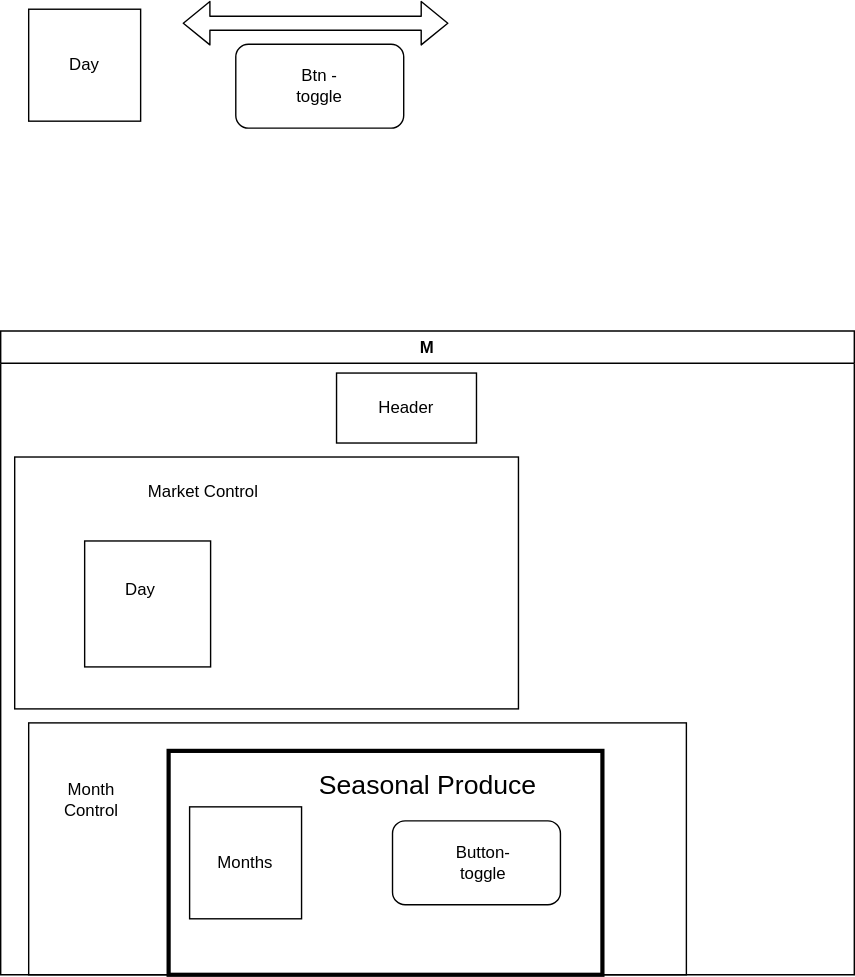
kimmykokonut/famers-market-site keeps this draw.io diagram as diagram.drawio.svg. Above is the earlier version. Source tidied: cells renumbered, new cells last; positions are measured from the earlier drawing's top-left corner, leaving out a move shared by most shapes.
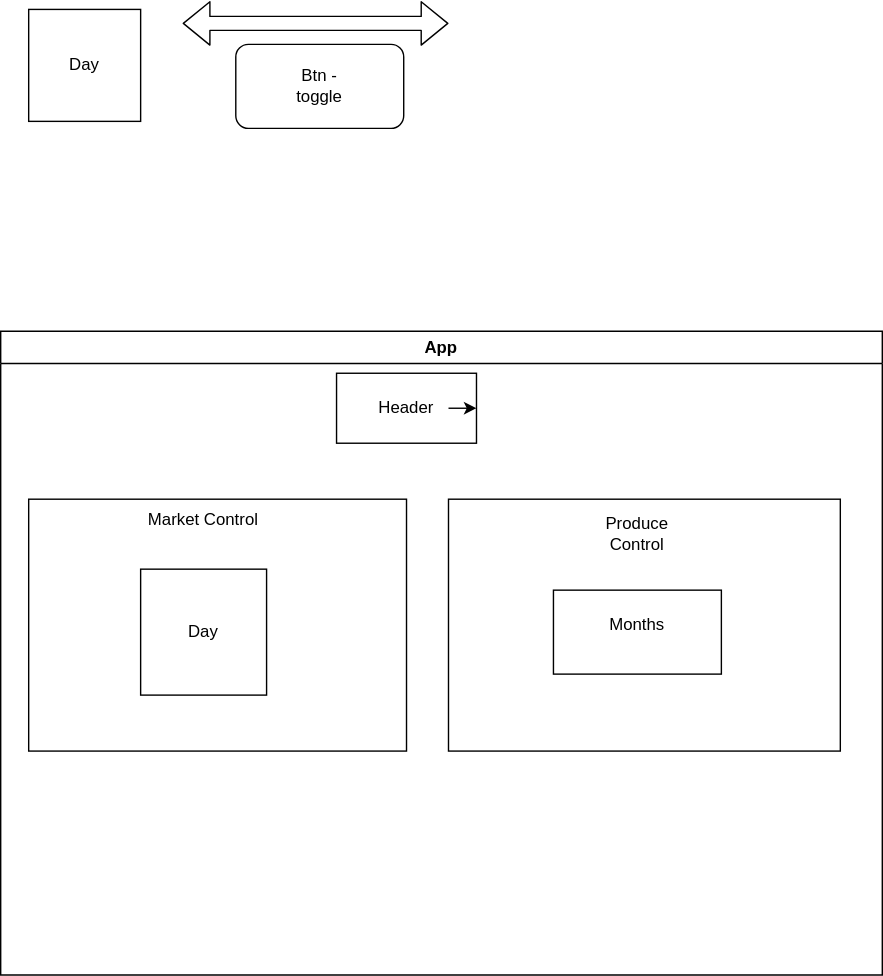
The same diagram one commit later.

Commit message:
shows produce available by a specific month

Change to the diagram source:
```diff
@@ -2,60 +2,48 @@
   <root>
     <mxCell id="0" />
     <mxCell id="1" parent="0" />
+    <mxCell id="4" value="App" style="swimlane;whiteSpace=wrap;html=1;startSize=23;" parent="1" vertex="1">
+      <mxGeometry y="230" width="630" height="460" as="geometry" />
+    </mxCell>
+    <mxCell id="7" style="rounded=0;whiteSpace=wrap;html=1;fillColor=none;" parent="4" vertex="1">
+      <mxGeometry x="240" y="30" width="100" height="50" as="geometry" />
+    </mxCell>
+    <mxCell id="27" style="edgeStyle=none;html=1;" parent="4" edge="1" source="8" target="7">
+      <mxGeometry relative="1" as="geometry" />
+    </mxCell>
+    <mxCell id="8" value="Header" style="text;html=1;strokeColor=none;fillColor=none;align=center;verticalAlign=middle;whiteSpace=wrap;rounded=0;" parent="4" vertex="1">
+      <mxGeometry x="260" y="40" width="60" height="30" as="geometry" />
+    </mxCell>
+    <mxCell id="28" style="group;" parent="4" vertex="1">
+      <mxGeometry x="320" y="120" width="280" height="180" as="geometry" />
+    </mxCell>
-    <mxCell id="2" style="rounded=0;whiteSpace=wrap;html=1;" parent="1" vertex="1">
-      <mxGeometry x="20" y="510" width="470" height="180" as="geometry" />
+    <mxCell id="2" style="rounded=0;whiteSpace=wrap;html=1;" parent="28" vertex="1">
+      <mxGeometry width="280" height="180" as="geometry" />
     </mxCell>
+    <mxCell id="19" value="Produce Control" style="text;html=1;strokeColor=none;fillColor=none;align=center;verticalAlign=middle;whiteSpace=wrap;rounded=0;" parent="28" vertex="1">
+      <mxGeometry x="100" width="70" height="50" as="geometry" />
+    </mxCell>
+    <mxCell id="29" style="rounded=0;whiteSpace=wrap;html=1;" parent="28" vertex="1">
+      <mxGeometry x="75" y="65" width="120" height="60" as="geometry" />
+    </mxCell>
+    <mxCell id="14" value="Months" style="text;html=1;strokeColor=none;fillColor=none;align=center;verticalAlign=middle;whiteSpace=wrap;rounded=0;" parent="28" vertex="1">
+      <mxGeometry x="105" y="75" width="60" height="30" as="geometry" />
+    </mxCell>
+    <mxCell id="30" style="group;" parent="4" vertex="1">
+      <mxGeometry x="20" y="120" width="270" height="180" as="geometry" />
+    </mxCell>
-    <mxCell id="3" style="rounded=0;whiteSpace=wrap;html=1;" parent="1" vertex="1">
-      <mxGeometry x="10" y="320" width="360" height="180" as="geometry" />
+    <mxCell id="3" style="rounded=0;whiteSpace=wrap;html=1;" parent="30" vertex="1">
+      <mxGeometry width="270" height="180" as="geometry" />
     </mxCell>
-    <mxCell id="4" value="M" style="swimlane;whiteSpace=wrap;html=1;" parent="1" vertex="1">
-      <mxGeometry y="230" width="610" height="460" as="geometry" />
-    </mxCell>
-    <mxCell id="5" style="rounded=0;whiteSpace=wrap;html=1;strokeWidth=3;fillColor=none;" parent="4" vertex="1">
-      <mxGeometry x="120" y="300" width="310" height="160" as="geometry" />
-    </mxCell>
-    <mxCell id="6" value="Seasonal Produce" style="text;html=1;strokeColor=none;fillColor=none;align=center;verticalAlign=middle;whiteSpace=wrap;rounded=0;strokeWidth=3;fontSize=19;" parent="4" vertex="1">
-      <mxGeometry x="222.5" y="310" width="165" height="30" as="geometry" />
-    </mxCell>
-    <mxCell id="7" style="rounded=0;whiteSpace=wrap;html=1;fillColor=none;" parent="4" vertex="1">
-      <mxGeometry x="240" y="30" width="100" height="50" as="geometry" />
-    </mxCell>
-    <mxCell id="8" value="Header" style="text;html=1;strokeColor=none;fillColor=none;align=center;verticalAlign=middle;whiteSpace=wrap;rounded=0;" parent="4" vertex="1">
-      <mxGeometry x="260" y="40" width="60" height="30" as="geometry" />
-    </mxCell>
-    <mxCell id="9" style="whiteSpace=wrap;html=1;" parent="4" vertex="1">
-      <mxGeometry x="60" y="150" width="90" height="90" as="geometry" />
+    <mxCell id="9" style="whiteSpace=wrap;html=1;" parent="30" vertex="1">
+      <mxGeometry x="80" y="50" width="90" height="90" as="geometry" />
     </mxCell>
-    <mxCell id="10" value="Day" style="text;html=1;strokeColor=none;fillColor=none;align=center;verticalAlign=middle;whiteSpace=wrap;rounded=0;" parent="4" vertex="1">
-      <mxGeometry x="70" y="170" width="60" height="30" as="geometry" />
+    <mxCell id="10" value="Day" style="text;html=1;strokeColor=none;fillColor=none;align=center;verticalAlign=middle;whiteSpace=wrap;rounded=0;" parent="30" vertex="1">
+      <mxGeometry x="95" y="80" width="60" height="30" as="geometry" />
     </mxCell>
-    <mxCell id="11" style="group;" parent="4" vertex="1">
-      <mxGeometry x="135" y="340" width="80" height="80" as="geometry" />
-    </mxCell>
-    <mxCell id="12" style="group;" parent="11" vertex="1">
-      <mxGeometry width="80" height="80" as="geometry" />
-    </mxCell>
-    <mxCell id="13" style="whiteSpace=wrap;html=1;" parent="12" vertex="1">
-      <mxGeometry width="80" height="80" as="geometry" />
-    </mxCell>
-    <mxCell id="14" value="Months" style="text;html=1;strokeColor=none;fillColor=none;align=center;verticalAlign=middle;whiteSpace=wrap;rounded=0;" parent="12" vertex="1">
-      <mxGeometry x="10" y="25" width="60" height="30" as="geometry" />
-    </mxCell>
-    <mxCell id="15" style="group;" parent="4" vertex="1">
-      <mxGeometry x="280" y="350" width="120" height="60" as="geometry" />
-    </mxCell>
-    <mxCell id="16" style="rounded=1;whiteSpace=wrap;html=1;" parent="15" vertex="1">
-      <mxGeometry width="120" height="60" as="geometry" />
-    </mxCell>
-    <mxCell id="17" value="Button-toggle" style="text;html=1;strokeColor=none;fillColor=none;align=center;verticalAlign=middle;whiteSpace=wrap;rounded=0;" parent="15" vertex="1">
-      <mxGeometry x="35" y="15" width="60" height="30" as="geometry" />
-    </mxCell>
-    <mxCell id="18" value="Market Control" style="text;html=1;strokeColor=none;fillColor=none;align=center;verticalAlign=middle;whiteSpace=wrap;rounded=0;" parent="4" vertex="1">
-      <mxGeometry x="60" y="100" width="170" height="30" as="geometry" />
+    <mxCell id="18" value="Market Control" style="text;html=1;strokeColor=none;fillColor=none;align=center;verticalAlign=middle;whiteSpace=wrap;rounded=0;" parent="30" vertex="1">
+      <mxGeometry x="40" width="170" height="30" as="geometry" />
     </mxCell>
-    <mxCell id="19" value="Month Control" style="text;html=1;strokeColor=none;fillColor=none;align=center;verticalAlign=middle;whiteSpace=wrap;rounded=0;" parent="4" vertex="1">
-      <mxGeometry x="30" y="310" width="70" height="50" as="geometry" />
-    </mxCell>
     <mxCell id="20" style="shape=flexArrow;endArrow=classic;startArrow=classic;html=1;fontSize=19;" parent="1" edge="1">
       <mxGeometry relative="1" as="geometry">
         <mxPoint x="130" y="10" as="sourcePoint" />
```
